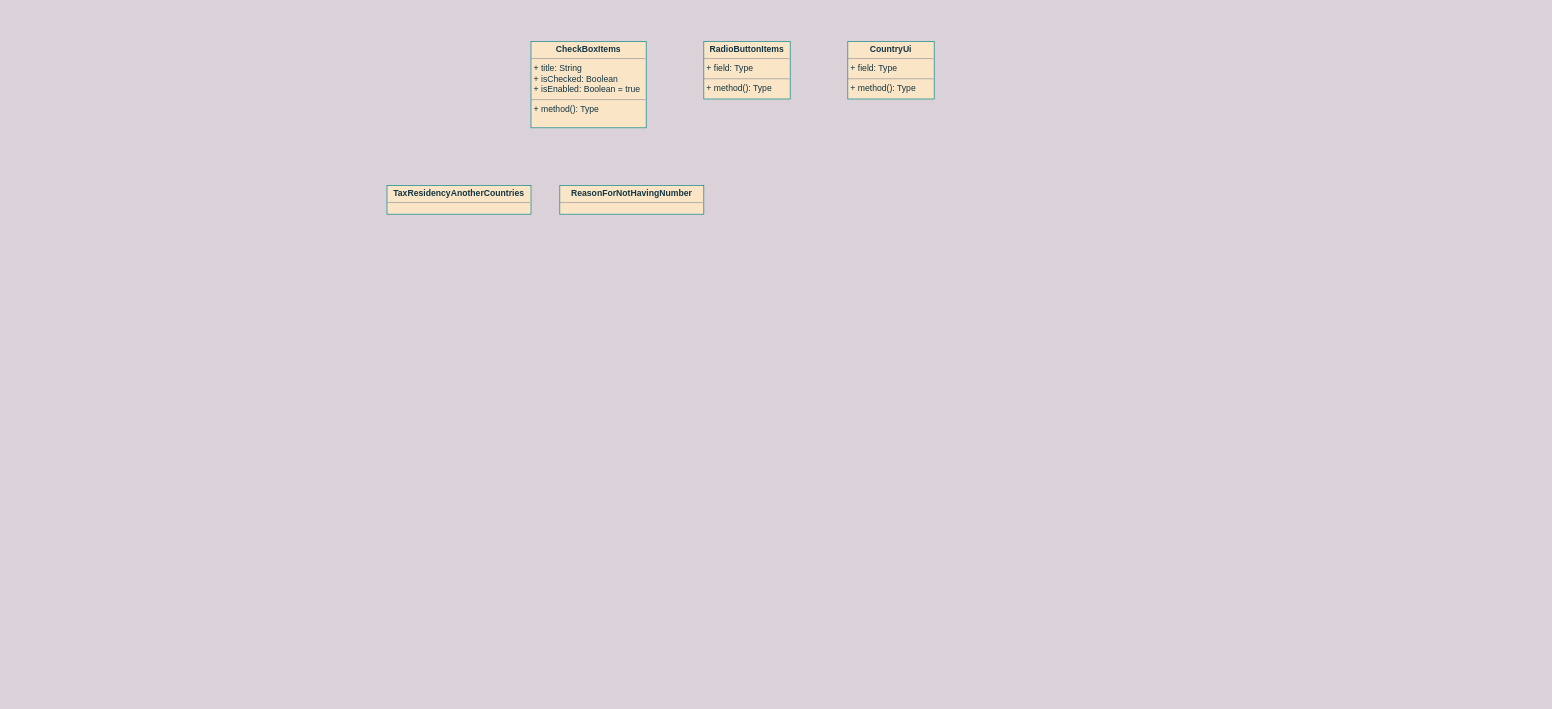
This is UNI-16532.drawio from ShiryaevNikolay/diagrams, a draw.io file, before an edit. Source tidied: cells renumbered, new cells numbered last; positions are measured from the earlier drawing's top-left corner, leaving out a move shared by most shapes. Both pictures are drawn from the tidied source at 72%, with x=0, y=0 at pixel (387, 41).
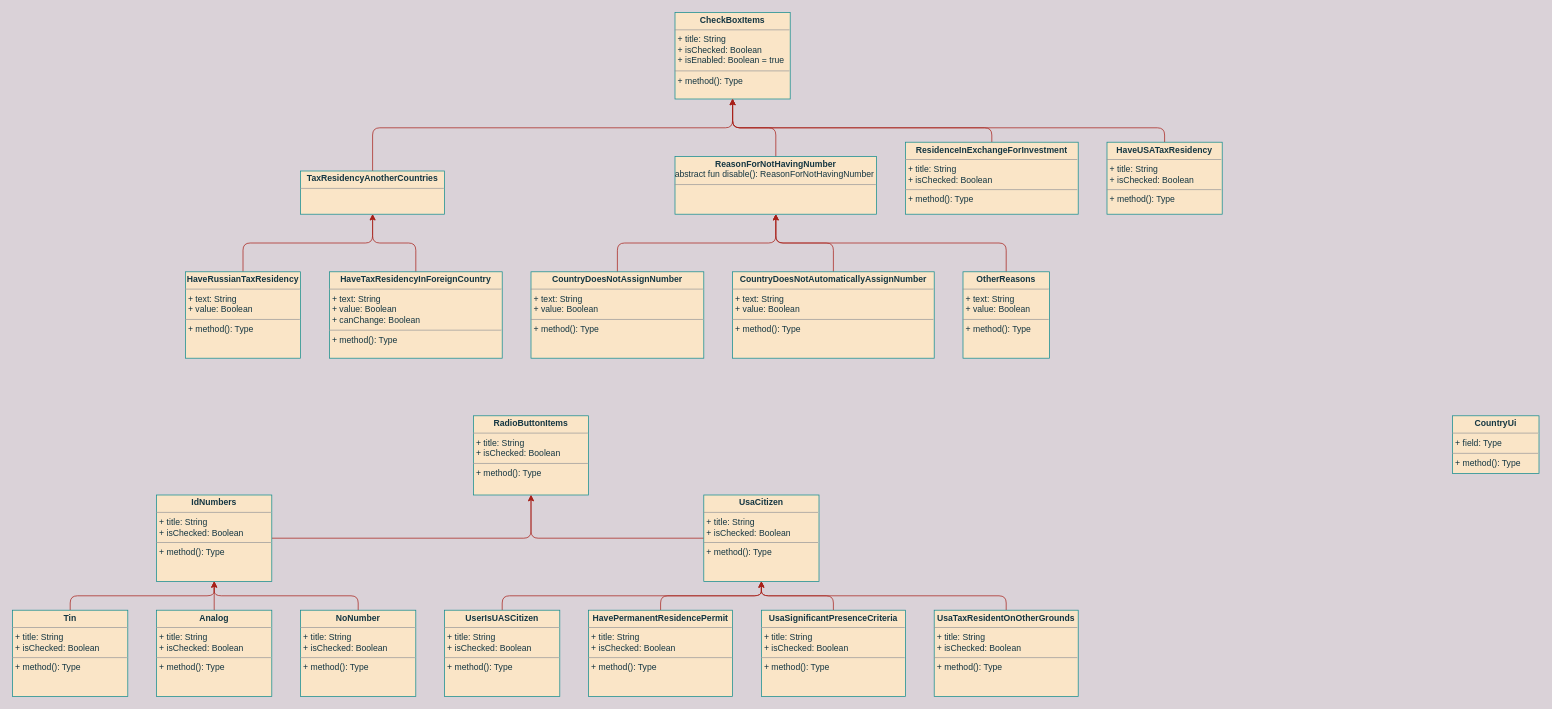
The same page after the edit.

Change to the diagram source:
```diff
@@
     <mxCell id="2" value="&lt;p style=&quot;margin:0px;margin-top:4px;text-align:center;&quot;&gt;&lt;b&gt;CheckBoxItems&lt;/b&gt;&lt;/p&gt;&lt;hr size=&quot;1&quot;&gt;&lt;p style=&quot;margin:0px;margin-left:4px;&quot;&gt;+ title: String&lt;/p&gt;&lt;p style=&quot;margin:0px;margin-left:4px;&quot;&gt;+ isChecked: Boolean&lt;/p&gt;&lt;p style=&quot;margin:0px;margin-left:4px;&quot;&gt;+ isEnabled: Boolean = true&lt;br&gt;&lt;/p&gt;&lt;hr size=&quot;1&quot;&gt;&lt;p style=&quot;margin:0px;margin-left:4px;&quot;&gt;+ method(): Type&lt;/p&gt;" style="verticalAlign=top;align=left;overflow=fill;fontSize=12;fontFamily=Helvetica;html=1;fillColor=#FAE5C7;strokeColor=#0F8B8D;fontColor=#143642;" parent="1" vertex="1">
-      <mxGeometry x="200" width="160" height="120" as="geometry" />
+      <mxGeometry x="400" y="-40" width="160" height="120" as="geometry" />
     </mxCell>
-    <mxCell id="3" value="&lt;p style=&quot;margin:0px;margin-top:4px;text-align:center;&quot;&gt;&lt;b&gt;RadioButtonItems&lt;/b&gt;&lt;/p&gt;&lt;hr size=&quot;1&quot;&gt;&lt;p style=&quot;margin:0px;margin-left:4px;&quot;&gt;+ field: Type&lt;/p&gt;&lt;hr size=&quot;1&quot;&gt;&lt;p style=&quot;margin:0px;margin-left:4px;&quot;&gt;+ method(): Type&lt;/p&gt;" style="verticalAlign=top;align=left;overflow=fill;fontSize=12;fontFamily=Helvetica;html=1;fillColor=#FAE5C7;strokeColor=#0F8B8D;fontColor=#143642;" parent="1" vertex="1">
-      <mxGeometry x="440" width="120" height="80" as="geometry" />
+    <mxCell id="3" value="&lt;p style=&quot;margin:0px;margin-top:4px;text-align:center;&quot;&gt;&lt;b&gt;RadioButtonItems&lt;/b&gt;&lt;/p&gt;&lt;hr size=&quot;1&quot;&gt;&lt;p style=&quot;margin:0px;margin-left:4px;&quot;&gt;+ title: String&lt;/p&gt;&lt;p style=&quot;margin:0px;margin-left:4px;&quot;&gt;+ isChecked: Boolean&lt;br&gt;&lt;/p&gt;&lt;hr size=&quot;1&quot;&gt;&lt;p style=&quot;margin:0px;margin-left:4px;&quot;&gt;+ method(): Type&lt;/p&gt;" style="verticalAlign=top;align=left;overflow=fill;fontSize=12;fontFamily=Helvetica;html=1;fillColor=#FAE5C7;strokeColor=#0F8B8D;fontColor=#143642;" parent="1" vertex="1">
+      <mxGeometry x="120" y="520" width="160" height="110" as="geometry" />
     </mxCell>
     <mxCell id="4" value="&lt;p style=&quot;margin:0px;margin-top:4px;text-align:center;&quot;&gt;&lt;b&gt;CountryUi&lt;/b&gt;&lt;/p&gt;&lt;hr size=&quot;1&quot;&gt;&lt;p style=&quot;margin:0px;margin-left:4px;&quot;&gt;+ field: Type&lt;/p&gt;&lt;hr size=&quot;1&quot;&gt;&lt;p style=&quot;margin:0px;margin-left:4px;&quot;&gt;+ method(): Type&lt;/p&gt;" style="verticalAlign=top;align=left;overflow=fill;fontSize=12;fontFamily=Helvetica;html=1;fillColor=#FAE5C7;strokeColor=#0F8B8D;fontColor=#143642;" parent="1" vertex="1">
-      <mxGeometry x="640" width="120" height="80" as="geometry" />
+      <mxGeometry x="1480" y="520" width="120" height="80" as="geometry" />
     </mxCell>
+    <mxCell id="7" style="edgeStyle=orthogonalEdgeStyle;curved=0;rounded=1;sketch=0;jettySize=auto;html=1;entryX=0.5;entryY=1;entryDx=0;entryDy=0;fontColor=#143642;strokeColor=#A8201A;fillColor=#FAE5C7;" parent="1" edge="1" source="5" target="2">
+      <mxGeometry relative="1" as="geometry">
+        <Array as="points">
+          <mxPoint x="-20" y="120" />
+          <mxPoint x="480" y="120" />
+        </Array>
+      </mxGeometry>
+    </mxCell>
     <mxCell id="5" value="&lt;p style=&quot;margin:0px;margin-top:4px;text-align:center;&quot;&gt;&lt;b&gt;TaxResidencyAnotherCountries&lt;/b&gt;&lt;/p&gt;&lt;hr size=&quot;1&quot;&gt;" style="verticalAlign=top;align=left;overflow=fill;fontSize=12;fontFamily=Helvetica;html=1;fillColor=#FAE5C7;strokeColor=#0F8B8D;fontColor=#143642;" parent="1" vertex="1">
-      <mxGeometry y="200" width="200" height="40" as="geometry" />
+      <mxGeometry x="-120" y="180" width="200" height="60" as="geometry" />
     </mxCell>
+    <mxCell id="8" style="edgeStyle=orthogonalEdgeStyle;curved=0;rounded=1;sketch=0;jettySize=auto;html=1;entryX=0.5;entryY=1;entryDx=0;entryDy=0;fontColor=#143642;strokeColor=#A8201A;fillColor=#FAE5C7;" parent="1" edge="1" source="6" target="2">
+      <mxGeometry relative="1" as="geometry" />
+    </mxCell>
-    <mxCell id="6" value="&lt;p style=&quot;margin:0px;margin-top:4px;text-align:center;&quot;&gt;&lt;b&gt;ReasonForNotHavingNumber&lt;/b&gt;&lt;/p&gt;&lt;hr size=&quot;1&quot;&gt;" style="verticalAlign=top;align=left;overflow=fill;fontSize=12;fontFamily=Helvetica;html=1;fillColor=#FAE5C7;strokeColor=#0F8B8D;fontColor=#143642;" parent="1" vertex="1">
-      <mxGeometry x="240" y="200" width="200" height="40" as="geometry" />
+    <mxCell id="6" value="&lt;p style=&quot;margin:0px;margin-top:4px;text-align:center;&quot;&gt;&lt;b&gt;ReasonForNotHavingNumber&lt;/b&gt;&lt;/p&gt;abstract fun disable(): ReasonForNotHavingNumber&lt;hr size=&quot;1&quot;&gt;" style="verticalAlign=top;align=left;overflow=fill;fontSize=12;fontFamily=Helvetica;html=1;fillColor=#FAE5C7;strokeColor=#0F8B8D;fontColor=#143642;" parent="1" vertex="1">
+      <mxGeometry x="400" y="160" width="280" height="80" as="geometry" />
     </mxCell>
+    <mxCell id="9" style="edgeStyle=orthogonalEdgeStyle;curved=0;rounded=1;sketch=0;jettySize=auto;html=1;entryX=0.5;entryY=1;entryDx=0;entryDy=0;fontColor=#143642;strokeColor=#A8201A;fillColor=#FAE5C7;" parent="1" edge="1" source="10" target="5">
+      <mxGeometry relative="1" as="geometry" />
+    </mxCell>
+    <mxCell id="10" value="&lt;p style=&quot;margin:0px;margin-top:4px;text-align:center;&quot;&gt;&lt;b&gt;HaveRussianTaxResidency&lt;/b&gt;&lt;/p&gt;&lt;hr size=&quot;1&quot;&gt;&lt;p style=&quot;margin:0px;margin-left:4px;&quot;&gt;+ text: String&lt;/p&gt;&lt;p style=&quot;margin:0px;margin-left:4px;&quot;&gt;+ value: Boolean&lt;/p&gt;&lt;hr size=&quot;1&quot;&gt;&lt;p style=&quot;margin:0px;margin-left:4px;&quot;&gt;+ method(): Type&lt;/p&gt;" style="verticalAlign=top;align=left;overflow=fill;fontSize=12;fontFamily=Helvetica;html=1;rounded=0;sketch=0;fontColor=#143642;strokeColor=#0F8B8D;fillColor=#FAE5C7;" parent="1" vertex="1">
+      <mxGeometry x="-280" y="320" width="160" height="120" as="geometry" />
+    </mxCell>
+    <mxCell id="11" style="edgeStyle=orthogonalEdgeStyle;curved=0;rounded=1;sketch=0;jettySize=auto;html=1;entryX=0.5;entryY=1;entryDx=0;entryDy=0;fontColor=#143642;strokeColor=#A8201A;fillColor=#FAE5C7;" parent="1" edge="1" source="12" target="5">
+      <mxGeometry relative="1" as="geometry" />
+    </mxCell>
+    <mxCell id="12" value="&lt;p style=&quot;margin:0px;margin-top:4px;text-align:center;&quot;&gt;&lt;b&gt;HaveTaxResidencyInForeignCountry&lt;/b&gt;&lt;/p&gt;&lt;hr size=&quot;1&quot;&gt;&lt;p style=&quot;margin:0px;margin-left:4px;&quot;&gt;+ text: String&lt;/p&gt;&lt;p style=&quot;margin:0px;margin-left:4px;&quot;&gt;+ value: Boolean&lt;/p&gt;&lt;p style=&quot;margin:0px;margin-left:4px;&quot;&gt;+ canChange: Boolean&lt;br&gt;&lt;/p&gt;&lt;hr size=&quot;1&quot;&gt;&lt;p style=&quot;margin:0px;margin-left:4px;&quot;&gt;+ method(): Type&lt;/p&gt;" style="verticalAlign=top;align=left;overflow=fill;fontSize=12;fontFamily=Helvetica;html=1;rounded=0;sketch=0;fontColor=#143642;strokeColor=#0F8B8D;fillColor=#FAE5C7;" parent="1" vertex="1">
+      <mxGeometry x="-80" y="320" width="240" height="120" as="geometry" />
+    </mxCell>
+    <mxCell id="13" style="edgeStyle=orthogonalEdgeStyle;curved=0;rounded=1;sketch=0;jettySize=auto;html=1;entryX=0.5;entryY=1;entryDx=0;entryDy=0;fontColor=#143642;strokeColor=#A8201A;fillColor=#FAE5C7;" parent="1" edge="1" source="14" target="6">
+      <mxGeometry relative="1" as="geometry" />
+    </mxCell>
+    <mxCell id="14" value="&lt;p style=&quot;margin:0px;margin-top:4px;text-align:center;&quot;&gt;&lt;b&gt;CountryDoesNotAssignNumber&lt;/b&gt;&lt;/p&gt;&lt;hr size=&quot;1&quot;&gt;&lt;p style=&quot;margin:0px;margin-left:4px;&quot;&gt;+ text: String&lt;/p&gt;&lt;p style=&quot;margin:0px;margin-left:4px;&quot;&gt;+ value: Boolean&lt;/p&gt;&lt;hr size=&quot;1&quot;&gt;&lt;p style=&quot;margin:0px;margin-left:4px;&quot;&gt;+ method(): Type&lt;/p&gt;" style="verticalAlign=top;align=left;overflow=fill;fontSize=12;fontFamily=Helvetica;html=1;rounded=0;sketch=0;fontColor=#143642;strokeColor=#0F8B8D;fillColor=#FAE5C7;" parent="1" vertex="1">
+      <mxGeometry x="200" y="320" width="240" height="120" as="geometry" />
+    </mxCell>
+    <mxCell id="15" style="edgeStyle=orthogonalEdgeStyle;curved=0;rounded=1;sketch=0;jettySize=auto;html=1;entryX=0.5;entryY=1;entryDx=0;entryDy=0;fontColor=#143642;strokeColor=#A8201A;fillColor=#FAE5C7;" parent="1" edge="1" source="16" target="6">
+      <mxGeometry relative="1" as="geometry" />
+    </mxCell>
+    <mxCell id="16" value="&lt;p style=&quot;margin:0px;margin-top:4px;text-align:center;&quot;&gt;&lt;b&gt;CountryDoesNotAutomaticallyAssignNumber&lt;/b&gt;&lt;/p&gt;&lt;hr size=&quot;1&quot;&gt;&lt;p style=&quot;margin:0px;margin-left:4px;&quot;&gt;+ text: String&lt;/p&gt;&lt;p style=&quot;margin:0px;margin-left:4px;&quot;&gt;+ value: Boolean&lt;/p&gt;&lt;hr size=&quot;1&quot;&gt;&lt;p style=&quot;margin:0px;margin-left:4px;&quot;&gt;+ method(): Type&lt;/p&gt;" style="verticalAlign=top;align=left;overflow=fill;fontSize=12;fontFamily=Helvetica;html=1;rounded=0;sketch=0;fontColor=#143642;strokeColor=#0F8B8D;fillColor=#FAE5C7;" parent="1" vertex="1">
+      <mxGeometry x="480" y="320" width="280" height="120" as="geometry" />
+    </mxCell>
+    <mxCell id="17" style="edgeStyle=orthogonalEdgeStyle;curved=0;rounded=1;sketch=0;jettySize=auto;html=1;entryX=0.5;entryY=1;entryDx=0;entryDy=0;fontColor=#143642;strokeColor=#A8201A;fillColor=#FAE5C7;" parent="1" edge="1" source="18" target="6">
+      <mxGeometry relative="1" as="geometry">
+        <Array as="points">
+          <mxPoint x="860" y="280" />
+          <mxPoint x="540" y="280" />
+        </Array>
+      </mxGeometry>
+    </mxCell>
+    <mxCell id="18" value="&lt;p style=&quot;margin:0px;margin-top:4px;text-align:center;&quot;&gt;&lt;b&gt;OtherReasons&lt;/b&gt;&lt;/p&gt;&lt;hr size=&quot;1&quot;&gt;&lt;p style=&quot;margin:0px;margin-left:4px;&quot;&gt;+ text: String&lt;/p&gt;&lt;p style=&quot;margin:0px;margin-left:4px;&quot;&gt;+ value: Boolean&lt;/p&gt;&lt;hr size=&quot;1&quot;&gt;&lt;p style=&quot;margin:0px;margin-left:4px;&quot;&gt;+ method(): Type&lt;/p&gt;" style="verticalAlign=top;align=left;overflow=fill;fontSize=12;fontFamily=Helvetica;html=1;rounded=0;sketch=0;fontColor=#143642;strokeColor=#0F8B8D;fillColor=#FAE5C7;" parent="1" vertex="1">
+      <mxGeometry x="800" y="320" width="120" height="120" as="geometry" />
+    </mxCell>
+    <mxCell id="19" style="edgeStyle=orthogonalEdgeStyle;curved=0;rounded=1;sketch=0;jettySize=auto;html=1;entryX=0.5;entryY=1;entryDx=0;entryDy=0;fontColor=#143642;strokeColor=#A8201A;fillColor=#FAE5C7;" parent="1" edge="1" source="20" target="2">
+      <mxGeometry relative="1" as="geometry">
+        <Array as="points">
+          <mxPoint x="840" y="120" />
+          <mxPoint x="480" y="120" />
+        </Array>
+      </mxGeometry>
+    </mxCell>
+    <mxCell id="20" value="&lt;p style=&quot;margin:0px;margin-top:4px;text-align:center;&quot;&gt;&lt;b&gt;ResidenceInExchangeForInvestment&lt;/b&gt;&lt;/p&gt;&lt;hr size=&quot;1&quot;&gt;&lt;p style=&quot;margin:0px;margin-left:4px;&quot;&gt;+ title: String&lt;/p&gt;&lt;p style=&quot;margin:0px;margin-left:4px;&quot;&gt;+ isChecked: Boolean&lt;/p&gt;&lt;hr size=&quot;1&quot;&gt;&lt;p style=&quot;margin:0px;margin-left:4px;&quot;&gt;+ method(): Type&lt;/p&gt;" style="verticalAlign=top;align=left;overflow=fill;fontSize=12;fontFamily=Helvetica;html=1;fillColor=#FAE5C7;strokeColor=#0F8B8D;fontColor=#143642;" parent="1" vertex="1">
+      <mxGeometry x="720" y="140" width="240" height="100" as="geometry" />
+    </mxCell>
+    <mxCell id="21" style="edgeStyle=orthogonalEdgeStyle;curved=0;rounded=1;sketch=0;jettySize=auto;html=1;entryX=0.5;entryY=1;entryDx=0;entryDy=0;fontColor=#143642;strokeColor=#A8201A;fillColor=#FAE5C7;" parent="1" edge="1" source="22" target="2">
+      <mxGeometry relative="1" as="geometry">
+        <Array as="points">
+          <mxPoint x="1080" y="120" />
+          <mxPoint x="480" y="120" />
+        </Array>
+      </mxGeometry>
+    </mxCell>
+    <mxCell id="22" value="&lt;p style=&quot;margin:0px;margin-top:4px;text-align:center;&quot;&gt;&lt;b&gt;HaveUSATaxResidency&lt;/b&gt;&lt;/p&gt;&lt;hr size=&quot;1&quot;&gt;&lt;p style=&quot;margin:0px;margin-left:4px;&quot;&gt;+ title: String&lt;/p&gt;&lt;p style=&quot;margin:0px;margin-left:4px;&quot;&gt;+ isChecked: Boolean&lt;/p&gt;&lt;hr size=&quot;1&quot;&gt;&lt;p style=&quot;margin:0px;margin-left:4px;&quot;&gt;+ method(): Type&lt;/p&gt;" style="verticalAlign=top;align=left;overflow=fill;fontSize=12;fontFamily=Helvetica;html=1;fillColor=#FAE5C7;strokeColor=#0F8B8D;fontColor=#143642;" parent="1" vertex="1">
+      <mxGeometry x="1000" y="140" width="160" height="100" as="geometry" />
+    </mxCell>
+    <mxCell id="23" style="edgeStyle=orthogonalEdgeStyle;curved=0;rounded=1;sketch=0;jettySize=auto;html=1;entryX=0.5;entryY=1;entryDx=0;entryDy=0;fontColor=#143642;strokeColor=#A8201A;fillColor=#FAE5C7;" parent="1" edge="1" source="24" target="3">
+      <mxGeometry relative="1" as="geometry" />
+    </mxCell>
+    <mxCell id="24" value="&lt;p style=&quot;margin:0px;margin-top:4px;text-align:center;&quot;&gt;&lt;b&gt;IdNumbers&lt;/b&gt;&lt;/p&gt;&lt;hr size=&quot;1&quot;&gt;&lt;p style=&quot;margin:0px;margin-left:4px;&quot;&gt;+ title: String&lt;/p&gt;&lt;p style=&quot;margin:0px;margin-left:4px;&quot;&gt;+ isChecked: Boolean&lt;br&gt;&lt;/p&gt;&lt;hr size=&quot;1&quot;&gt;&lt;p style=&quot;margin:0px;margin-left:4px;&quot;&gt;+ method(): Type&lt;/p&gt;" style="verticalAlign=top;align=left;overflow=fill;fontSize=12;fontFamily=Helvetica;html=1;fillColor=#FAE5C7;strokeColor=#0F8B8D;fontColor=#143642;" parent="1" vertex="1">
+      <mxGeometry x="-320" y="630" width="160" height="120" as="geometry" />
+    </mxCell>
+    <mxCell id="25" style="edgeStyle=orthogonalEdgeStyle;curved=0;rounded=1;sketch=0;jettySize=auto;html=1;entryX=0.5;entryY=1;entryDx=0;entryDy=0;fontColor=#143642;strokeColor=#A8201A;fillColor=#FAE5C7;" parent="1" edge="1" source="26" target="3">
+      <mxGeometry relative="1" as="geometry" />
+    </mxCell>
+    <mxCell id="26" value="&lt;p style=&quot;margin:0px;margin-top:4px;text-align:center;&quot;&gt;&lt;b&gt;UsaCitizen&lt;/b&gt;&lt;/p&gt;&lt;hr size=&quot;1&quot;&gt;&lt;p style=&quot;margin:0px;margin-left:4px;&quot;&gt;+ title: String&lt;/p&gt;&lt;p style=&quot;margin:0px;margin-left:4px;&quot;&gt;+ isChecked: Boolean&lt;br&gt;&lt;/p&gt;&lt;hr size=&quot;1&quot;&gt;&lt;p style=&quot;margin:0px;margin-left:4px;&quot;&gt;+ method(): Type&lt;/p&gt;" style="verticalAlign=top;align=left;overflow=fill;fontSize=12;fontFamily=Helvetica;html=1;fillColor=#FAE5C7;strokeColor=#0F8B8D;fontColor=#143642;" parent="1" vertex="1">
+      <mxGeometry x="440" y="630" width="160" height="120" as="geometry" />
+    </mxCell>
+    <mxCell id="27" style="edgeStyle=orthogonalEdgeStyle;curved=0;rounded=1;sketch=0;jettySize=auto;html=1;entryX=0.5;entryY=1;entryDx=0;entryDy=0;fontColor=#143642;strokeColor=#A8201A;fillColor=#FAE5C7;" parent="1" edge="1" source="28" target="24">
+      <mxGeometry relative="1" as="geometry">
+        <Array as="points">
+          <mxPoint x="-440" y="770" />
+          <mxPoint x="-240" y="770" />
+        </Array>
+      </mxGeometry>
+    </mxCell>
+    <mxCell id="28" value="&lt;p style=&quot;margin:0px;margin-top:4px;text-align:center;&quot;&gt;&lt;b&gt;Tin&lt;/b&gt;&lt;/p&gt;&lt;hr size=&quot;1&quot;&gt;&lt;p style=&quot;margin:0px;margin-left:4px;&quot;&gt;+ title: String&lt;/p&gt;&lt;p style=&quot;margin:0px;margin-left:4px;&quot;&gt;+ isChecked: Boolean&lt;br&gt;&lt;/p&gt;&lt;hr size=&quot;1&quot;&gt;&lt;p style=&quot;margin:0px;margin-left:4px;&quot;&gt;+ method(): Type&lt;/p&gt;" style="verticalAlign=top;align=left;overflow=fill;fontSize=12;fontFamily=Helvetica;html=1;fillColor=#FAE5C7;strokeColor=#0F8B8D;fontColor=#143642;" parent="1" vertex="1">
+      <mxGeometry x="-520" y="790" width="160" height="120" as="geometry" />
+    </mxCell>
+    <mxCell id="29" style="edgeStyle=orthogonalEdgeStyle;curved=0;rounded=1;sketch=0;jettySize=auto;html=1;entryX=0.5;entryY=1;entryDx=0;entryDy=0;fontColor=#143642;strokeColor=#A8201A;fillColor=#FAE5C7;" parent="1" edge="1" source="30" target="24">
+      <mxGeometry relative="1" as="geometry" />
+    </mxCell>
+    <mxCell id="30" value="&lt;p style=&quot;margin:0px;margin-top:4px;text-align:center;&quot;&gt;&lt;b&gt;Analog&lt;/b&gt;&lt;/p&gt;&lt;hr size=&quot;1&quot;&gt;&lt;p style=&quot;margin:0px;margin-left:4px;&quot;&gt;+ title: String&lt;/p&gt;&lt;p style=&quot;margin:0px;margin-left:4px;&quot;&gt;+ isChecked: Boolean&lt;br&gt;&lt;/p&gt;&lt;hr size=&quot;1&quot;&gt;&lt;p style=&quot;margin:0px;margin-left:4px;&quot;&gt;+ method(): Type&lt;/p&gt;" style="verticalAlign=top;align=left;overflow=fill;fontSize=12;fontFamily=Helvetica;html=1;fillColor=#FAE5C7;strokeColor=#0F8B8D;fontColor=#143642;" parent="1" vertex="1">
+      <mxGeometry x="-320" y="790" width="160" height="120" as="geometry" />
+    </mxCell>
+    <mxCell id="31" style="edgeStyle=orthogonalEdgeStyle;curved=0;rounded=1;sketch=0;jettySize=auto;html=1;entryX=0.5;entryY=1;entryDx=0;entryDy=0;fontColor=#143642;strokeColor=#A8201A;fillColor=#FAE5C7;" parent="1" edge="1" source="32" target="24">
+      <mxGeometry relative="1" as="geometry">
+        <Array as="points">
+          <mxPoint x="-40" y="770" />
+          <mxPoint x="-240" y="770" />
+        </Array>
+      </mxGeometry>
+    </mxCell>
+    <mxCell id="32" value="&lt;p style=&quot;margin:0px;margin-top:4px;text-align:center;&quot;&gt;&lt;b&gt;NoNumber&lt;/b&gt;&lt;/p&gt;&lt;hr size=&quot;1&quot;&gt;&lt;p style=&quot;margin:0px;margin-left:4px;&quot;&gt;+ title: String&lt;/p&gt;&lt;p style=&quot;margin:0px;margin-left:4px;&quot;&gt;+ isChecked: Boolean&lt;br&gt;&lt;/p&gt;&lt;hr size=&quot;1&quot;&gt;&lt;p style=&quot;margin:0px;margin-left:4px;&quot;&gt;+ method(): Type&lt;/p&gt;" style="verticalAlign=top;align=left;overflow=fill;fontSize=12;fontFamily=Helvetica;html=1;fillColor=#FAE5C7;strokeColor=#0F8B8D;fontColor=#143642;" parent="1" vertex="1">
+      <mxGeometry x="-120" y="790" width="160" height="120" as="geometry" />
+    </mxCell>
+    <mxCell id="33" style="edgeStyle=orthogonalEdgeStyle;curved=0;rounded=1;sketch=0;jettySize=auto;html=1;entryX=0.5;entryY=1;entryDx=0;entryDy=0;fontColor=#143642;strokeColor=#A8201A;fillColor=#FAE5C7;" parent="1" edge="1" source="34" target="26">
+      <mxGeometry relative="1" as="geometry">
+        <Array as="points">
+          <mxPoint x="160" y="770" />
+          <mxPoint x="520" y="770" />
+        </Array>
+      </mxGeometry>
+    </mxCell>
+    <mxCell id="34" value="&lt;p style=&quot;margin:0px;margin-top:4px;text-align:center;&quot;&gt;&lt;b&gt;UserIsUASCitizen&lt;/b&gt;&lt;/p&gt;&lt;hr size=&quot;1&quot;&gt;&lt;p style=&quot;margin:0px;margin-left:4px;&quot;&gt;+ title: String&lt;/p&gt;&lt;p style=&quot;margin:0px;margin-left:4px;&quot;&gt;+ isChecked: Boolean&lt;br&gt;&lt;/p&gt;&lt;hr size=&quot;1&quot;&gt;&lt;p style=&quot;margin:0px;margin-left:4px;&quot;&gt;+ method(): Type&lt;/p&gt;" style="verticalAlign=top;align=left;overflow=fill;fontSize=12;fontFamily=Helvetica;html=1;fillColor=#FAE5C7;strokeColor=#0F8B8D;fontColor=#143642;" parent="1" vertex="1">
+      <mxGeometry x="80" y="790" width="160" height="120" as="geometry" />
+    </mxCell>
+    <mxCell id="35" style="edgeStyle=orthogonalEdgeStyle;curved=0;rounded=1;sketch=0;jettySize=auto;html=1;entryX=0.5;entryY=1;entryDx=0;entryDy=0;fontColor=#143642;strokeColor=#A8201A;fillColor=#FAE5C7;" parent="1" edge="1" source="36" target="26">
+      <mxGeometry relative="1" as="geometry" />
+    </mxCell>
+    <mxCell id="36" value="&lt;p style=&quot;margin:0px;margin-top:4px;text-align:center;&quot;&gt;&lt;b&gt;HavePermanentResidencePermit&lt;/b&gt;&lt;/p&gt;&lt;hr size=&quot;1&quot;&gt;&lt;p style=&quot;margin:0px;margin-left:4px;&quot;&gt;+ title: String&lt;/p&gt;&lt;p style=&quot;margin:0px;margin-left:4px;&quot;&gt;+ isChecked: Boolean&lt;br&gt;&lt;/p&gt;&lt;hr size=&quot;1&quot;&gt;&lt;p style=&quot;margin:0px;margin-left:4px;&quot;&gt;+ method(): Type&lt;/p&gt;" style="verticalAlign=top;align=left;overflow=fill;fontSize=12;fontFamily=Helvetica;html=1;fillColor=#FAE5C7;strokeColor=#0F8B8D;fontColor=#143642;" parent="1" vertex="1">
+      <mxGeometry x="280" y="790" width="200" height="120" as="geometry" />
+    </mxCell>
+    <mxCell id="37" style="edgeStyle=orthogonalEdgeStyle;curved=0;rounded=1;sketch=0;jettySize=auto;html=1;entryX=0.5;entryY=1;entryDx=0;entryDy=0;fontColor=#143642;strokeColor=#A8201A;fillColor=#FAE5C7;" parent="1" edge="1" source="38" target="26">
+      <mxGeometry relative="1" as="geometry" />
+    </mxCell>
+    <mxCell id="38" value="&lt;p style=&quot;margin:0px;margin-top:4px;text-align:center;&quot;&gt;&lt;b&gt;UsaSignificantPresenceCriteria&lt;/b&gt;&lt;/p&gt;&lt;hr size=&quot;1&quot;&gt;&lt;p style=&quot;margin:0px;margin-left:4px;&quot;&gt;+ title: String&lt;/p&gt;&lt;p style=&quot;margin:0px;margin-left:4px;&quot;&gt;+ isChecked: Boolean&lt;br&gt;&lt;/p&gt;&lt;hr size=&quot;1&quot;&gt;&lt;p style=&quot;margin:0px;margin-left:4px;&quot;&gt;+ method(): Type&lt;/p&gt;" style="verticalAlign=top;align=left;overflow=fill;fontSize=12;fontFamily=Helvetica;html=1;fillColor=#FAE5C7;strokeColor=#0F8B8D;fontColor=#143642;" parent="1" vertex="1">
+      <mxGeometry x="520" y="790" width="200" height="120" as="geometry" />
+    </mxCell>
+    <mxCell id="39" style="edgeStyle=orthogonalEdgeStyle;curved=0;rounded=1;sketch=0;jettySize=auto;html=1;entryX=0.5;entryY=1;entryDx=0;entryDy=0;fontColor=#143642;strokeColor=#A8201A;fillColor=#FAE5C7;" parent="1" edge="1" source="40" target="26">
+      <mxGeometry relative="1" as="geometry">
+        <Array as="points">
+          <mxPoint x="860" y="770" />
+          <mxPoint x="520" y="770" />
+        </Array>
+      </mxGeometry>
+    </mxCell>
+    <mxCell id="40" value="&lt;p style=&quot;margin:0px;margin-top:4px;text-align:center;&quot;&gt;&lt;b&gt;UsaTaxResidentOnOtherGrounds&lt;/b&gt;&lt;/p&gt;&lt;hr size=&quot;1&quot;&gt;&lt;p style=&quot;margin:0px;margin-left:4px;&quot;&gt;+ title: String&lt;/p&gt;&lt;p style=&quot;margin:0px;margin-left:4px;&quot;&gt;+ isChecked: Boolean&lt;br&gt;&lt;/p&gt;&lt;hr size=&quot;1&quot;&gt;&lt;p style=&quot;margin:0px;margin-left:4px;&quot;&gt;+ method(): Type&lt;/p&gt;" style="verticalAlign=top;align=left;overflow=fill;fontSize=12;fontFamily=Helvetica;html=1;fillColor=#FAE5C7;strokeColor=#0F8B8D;fontColor=#143642;" parent="1" vertex="1">
+      <mxGeometry x="760" y="790" width="200" height="120" as="geometry" />
+    </mxCell>
```
